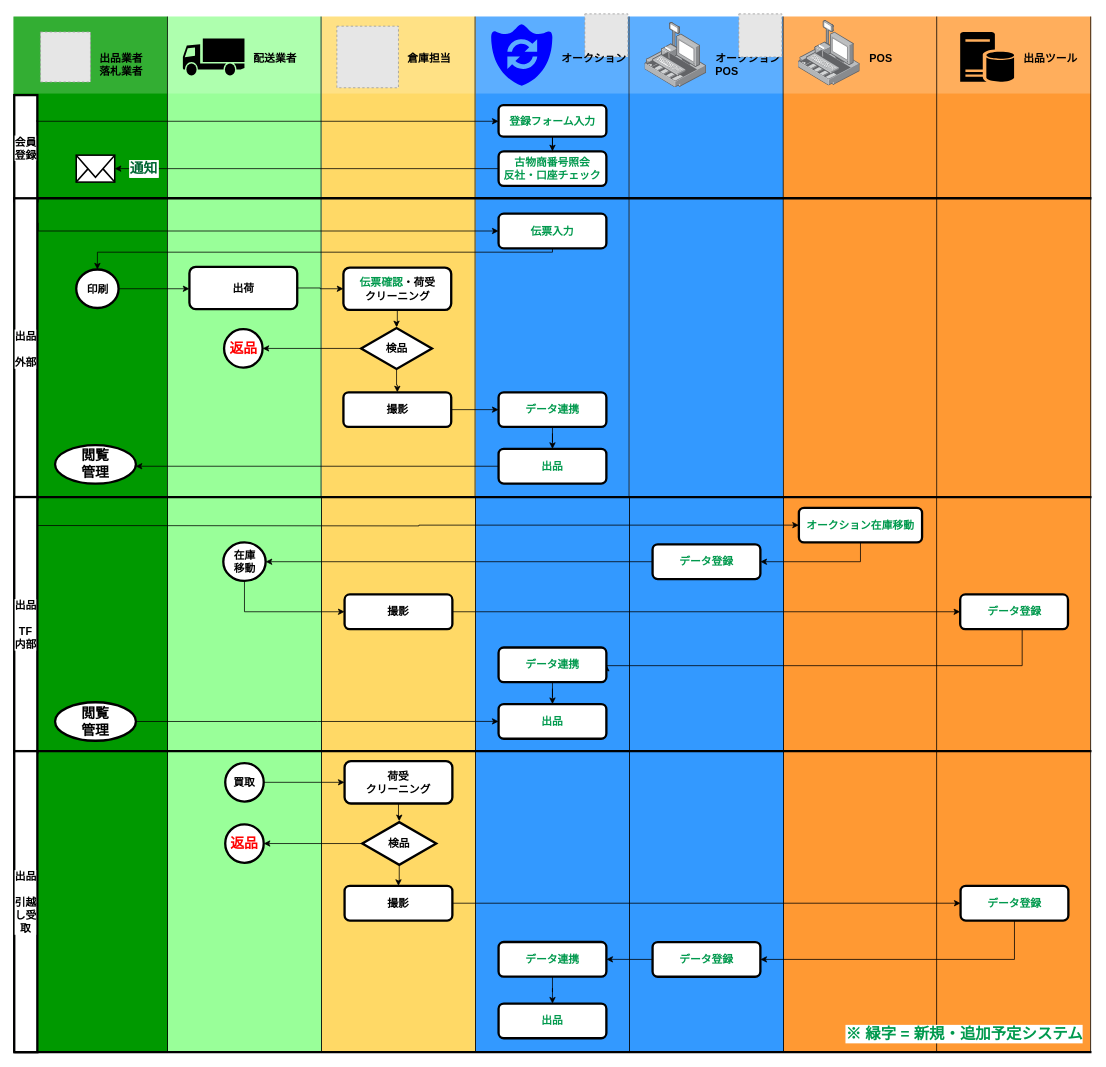
Before: 業務フロー図.drawio in cy-shuhei-ohno/test, a draw.io diagram. Source tidied: cells renumbered, new cells numbered last; positions are measured from the earlier drawing's top-left corner, leaving out a move shared by most shapes. Both pictures are drawn from the tidied source at 77%, with x=0, y=0 at pixel (13, 13). Pictures stored in the file or linked from it are replaced by grey dashed boxes.
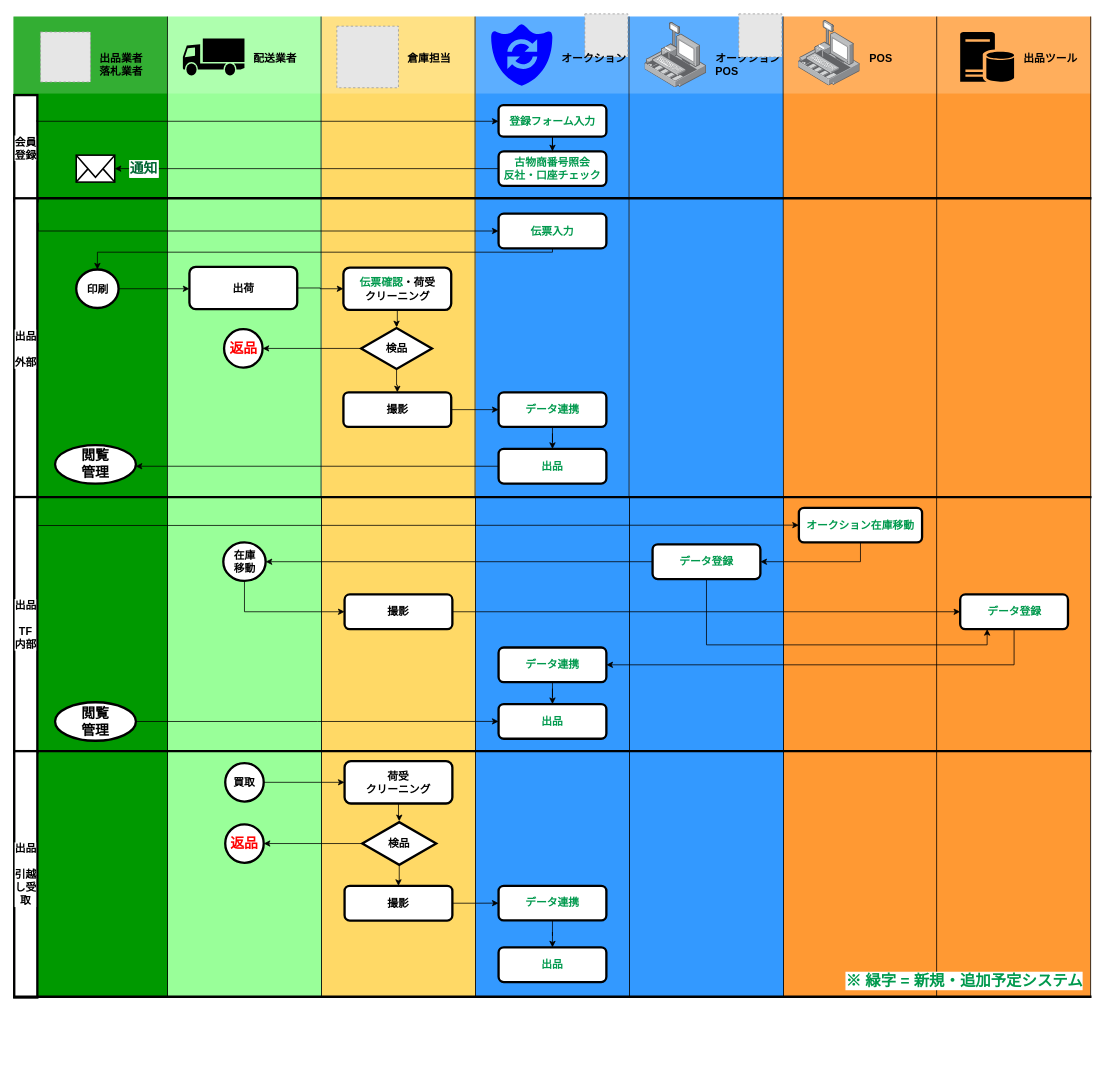
The same diagram, later.

Commit message (it also covers changes not shown here):
Update 業務フロー図.drawio

The change refers to these unchanged cells:
```xml
<mxCell id="85" value="オークション在庫移動" style="rounded=1;whiteSpace=wrap;html=1;labelBackgroundColor=#ffffff;strokeWidth=3;fillColor=#FFFFFF;gradientColor=none;fontSize=14;fontColor=#00994D;align=center;fontStyle=1;" parent="1" vertex="1">
  <mxGeometry x="1020" y="642" width="160" height="45" as="geometry" />
</mxCell>
<mxCell id="87" value="データ登録" style="rounded=1;whiteSpace=wrap;html=1;labelBackgroundColor=#ffffff;strokeWidth=3;fillColor=#FFFFFF;gradientColor=none;fontSize=14;fontColor=#00994D;align=center;fontStyle=1;" parent="1" vertex="1">
  <mxGeometry x="1229.5" y="754.5" width="140" height="45" as="geometry" />
</mxCell>
<mxCell id="89" value="データ登録" style="rounded=1;whiteSpace=wrap;html=1;labelBackgroundColor=#ffffff;strokeWidth=3;fillColor=#FFFFFF;gradientColor=none;fontSize=14;fontColor=#00994D;align=center;fontStyle=1;" parent="1" vertex="1">
  <mxGeometry x="830" y="689.5" width="140" height="45" as="geometry" />
</mxCell>
<mxCell id="91" value="データ連携&lt;br&gt;" style="rounded=1;whiteSpace=wrap;html=1;labelBackgroundColor=#ffffff;strokeWidth=3;fillColor=#FFFFFF;gradientColor=none;fontSize=14;fontColor=#00994D;align=center;fontStyle=1;" parent="1" vertex="1">
  <mxGeometry x="630" y="823.4" width="140" height="45" as="geometry" />
</mxCell>
<mxCell id="104" value="撮影" style="rounded=1;whiteSpace=wrap;html=1;labelBackgroundColor=#ffffff;strokeWidth=3;fillColor=#FFFFFF;gradientColor=none;fontSize=14;fontColor=#000000;align=center;fontStyle=1;" parent="1" vertex="1">
  <mxGeometry x="430" y="1133" width="140" height="45" as="geometry" />
</mxCell>
```

What changed in the source:
```diff
@@
     <mxCell id="2" style="whiteSpace=wrap;html=1;labelBackgroundColor=#ffffff;fontSize=14;fontColor=#0000FF;align=left;strokeColor=#000000;fillColor=#FF9933;" parent="1" vertex="1">
-      <mxGeometry x="1000" y="628" width="200" height="720" as="geometry" />
+      <mxGeometry x="1000" y="628" width="200" height="650" as="geometry" />
     </mxCell>
     <mxCell id="3" style="whiteSpace=wrap;html=1;labelBackgroundColor=#ffffff;fontSize=14;fontColor=#0000FF;align=left;strokeColor=#000000;fillColor=#FF9933;" parent="1" vertex="1">
-      <mxGeometry x="1199" y="628" width="200" height="720" as="geometry" />
+      <mxGeometry x="1199" y="628" width="200" height="650" as="geometry" />
     </mxCell>
@@
     <mxCell id="5" style="whiteSpace=wrap;html=1;labelBackgroundColor=#ffffff;fontSize=14;fontColor=#0000FF;align=left;strokeColor=#000000;fillColor=#3399FF;" parent="1" vertex="1">
-      <mxGeometry x="800" y="628" width="200" height="720" as="geometry" />
+      <mxGeometry x="800" y="628" width="200" height="650" as="geometry" />
     </mxCell>
     <mxCell id="6" style="whiteSpace=wrap;html=1;labelBackgroundColor=#ffffff;fontSize=14;fontColor=#0000FF;align=left;strokeColor=#000000;fillColor=#3399FF;" parent="1" vertex="1">
-      <mxGeometry x="600" y="628" width="200" height="720" as="geometry" />
+      <mxGeometry x="600" y="628" width="200" height="650" as="geometry" />
     </mxCell>
     <mxCell id="7" style="whiteSpace=wrap;html=1;labelBackgroundColor=#ffffff;fontSize=14;fontColor=#0000FF;align=left;strokeColor=#000000;fillColor=#FFD966;" parent="1" vertex="1">
-      <mxGeometry x="400" y="628" width="200" height="720" as="geometry" />
+      <mxGeometry x="400" y="628" width="200" height="650" as="geometry" />
     </mxCell>
     <mxCell id="8" style="whiteSpace=wrap;html=1;labelBackgroundColor=#ffffff;fontSize=14;fontColor=#99FF99;align=left;strokeColor=#000000;fillColor=#99FF99;" parent="1" vertex="1">
-      <mxGeometry x="200" y="628" width="200" height="720" as="geometry" />
+      <mxGeometry x="200" y="628" width="200" height="650" as="geometry" />
     </mxCell>
     <mxCell id="9" style="whiteSpace=wrap;html=1;labelBackgroundColor=#ffffff;fontSize=14;fontColor=#0000FF;align=left;strokeColor=#000000;fillColor=#009900;" parent="1" vertex="1">
-      <mxGeometry y="628" width="200" height="720" as="geometry" />
+      <mxGeometry y="628" width="200" height="650" as="geometry" />
     </mxCell>
@@
     <mxCell id="77" style="edgeStyle=orthogonalEdgeStyle;rounded=0;jettySize=auto;html=1;entryX=0;entryY=0.5;entryDx=0;entryDy=0;strokeWidth=1;fontSize=14;fontColor=#0000FF;" parent="1" edge="1" target="85">
       <mxGeometry relative="1" as="geometry">
         <mxPoint x="32" y="665" as="sourcePoint" />
+        <Array as="points">
+          <mxPoint x="32" y="664" />
+        </Array>
       </mxGeometry>
     </mxCell>
@@
     <mxCell id="86" style="edgeStyle=orthogonalEdgeStyle;rounded=0;jettySize=auto;html=1;entryX=1;entryY=0.5;entryDx=0;entryDy=0;" parent="1" edge="1" source="87" target="91">
       <mxGeometry relative="1" as="geometry">
         <Array as="points">
-          <mxPoint x="1310" y="847" />
+          <mxPoint x="1300" y="846" />
         </Array>
       </mxGeometry>
     </mxCell>
@@
+    <mxCell id="122" style="edgeStyle=orthogonalEdgeStyle;rounded=0;jettySize=auto;html=1;entryX=0.25;entryY=1;entryDx=0;entryDy=0;" parent="1" edge="1" source="89" target="87">
+      <mxGeometry relative="1" as="geometry">
+        <Array as="points">
+          <mxPoint x="900" y="820" />
+          <mxPoint x="1264" y="820" />
+        </Array>
+      </mxGeometry>
+    </mxCell>
@@
     <mxCell id="96" value="出品&lt;br&gt;&lt;br&gt;引越し受取&lt;br&gt;" style="rounded=0;whiteSpace=wrap;html=1;labelBackgroundColor=#ffffff;strokeWidth=3;fillColor=#FFFFFF;gradientColor=none;fontSize=14;fontColor=#000000;align=center;fontStyle=1;" parent="1" vertex="1">
-      <mxGeometry x="1" y="958" width="30" height="391" as="geometry" />
+      <mxGeometry x="1" y="958" width="30" height="320" as="geometry" />
     </mxCell>
     <mxCell id="97" style="endArrow=none;html=1;strokeWidth=3;fontSize=18;fontColor=#0000FF;" parent="1" edge="1">
       <mxGeometry relative="1" as="geometry">
-        <mxPoint x="1" y="1349" as="sourcePoint" />
-        <mxPoint x="1400" y="1349" as="targetPoint" />
+        <mxPoint x="1" y="1277" as="sourcePoint" />
+        <mxPoint x="1400" y="1277" as="targetPoint" />
       </mxGeometry>
     </mxCell>
@@
-    <mxCell id="103" style="edgeStyle=orthogonalEdgeStyle;rounded=0;jettySize=auto;html=1;strokeWidth=1;fontSize=14;fontColor=#0000FF;" parent="1" edge="1" source="104" target="109">
-      <mxGeometry relative="1" as="geometry" />
-    </mxCell>
+    <mxCell id="123" style="edgeStyle=orthogonalEdgeStyle;rounded=0;jettySize=auto;html=1;entryX=0;entryY=0.5;entryDx=0;entryDy=0;" parent="1" edge="1" source="104" target="113">
+      <mxGeometry relative="1" as="geometry" />
+    </mxCell>
@@
-    <mxCell id="108" style="edgeStyle=orthogonalEdgeStyle;rounded=0;jettySize=auto;html=1;entryX=1;entryY=0.5;entryDx=0;entryDy=0;strokeWidth=1;fontSize=14;fontColor=#0000FF;" parent="1" edge="1" source="109" target="111">
-      <mxGeometry relative="1" as="geometry">
-        <Array as="points">
-          <mxPoint x="1300" y="1228" />
-        </Array>
-      </mxGeometry>
-    </mxCell>
-    <mxCell id="109" value="データ登録" style="rounded=1;whiteSpace=wrap;html=1;labelBackgroundColor=#ffffff;strokeWidth=3;fillColor=#FFFFFF;gradientColor=none;fontSize=14;fontColor=#00994D;align=center;fontStyle=1;" parent="1" vertex="1">
-      <mxGeometry x="1230" y="1133" width="140" height="45" as="geometry" />
-    </mxCell>
-    <mxCell id="110" style="edgeStyle=orthogonalEdgeStyle;rounded=0;jettySize=auto;html=1;strokeWidth=1;fontSize=14;fontColor=#0000FF;" parent="1" edge="1" source="111" target="113">
-      <mxGeometry relative="1" as="geometry" />
-    </mxCell>
-    <mxCell id="111" value="データ登録" style="rounded=1;whiteSpace=wrap;html=1;labelBackgroundColor=#ffffff;strokeWidth=3;fillColor=#FFFFFF;gradientColor=none;fontSize=14;fontColor=#00994D;align=center;fontStyle=1;" parent="1" vertex="1">
-      <mxGeometry x="830" y="1206" width="140" height="45" as="geometry" />
-    </mxCell>
@@
     <mxCell id="113" value="データ連携&lt;br&gt;" style="rounded=1;whiteSpace=wrap;html=1;labelBackgroundColor=#ffffff;strokeWidth=3;fillColor=#FFFFFF;gradientColor=none;fontSize=14;fontColor=#00994D;align=center;fontStyle=1;" parent="1" vertex="1">
-      <mxGeometry x="630" y="1205.9" width="140" height="45" as="geometry" />
+      <mxGeometry x="630" y="1132.9" width="140" height="45" as="geometry" />
     </mxCell>
     <mxCell id="114" value="出品" style="rounded=1;whiteSpace=wrap;html=1;labelBackgroundColor=#ffffff;strokeWidth=3;fillColor=#FFFFFF;gradientColor=none;fontSize=14;fontColor=#00994D;align=center;fontStyle=1;" parent="1" vertex="1">
-      <mxGeometry x="630" y="1285.9" width="140" height="45" as="geometry" />
+      <mxGeometry x="630" y="1212.9" width="140" height="45" as="geometry" />
     </mxCell>
     <mxCell id="115" value="※ 緑字 = 新規・追加予定システム" style="text;html=1;align=right;verticalAlign=top;spacingTop=-4;fontSize=20;fontColor=#00994D;fontStyle=1;labelBackgroundColor=#ffffff;" parent="1" vertex="1">
-      <mxGeometry x="1159.5" y="1311" width="230" height="20" as="geometry" />
+      <mxGeometry x="1159.5" y="1242" width="230" height="20" as="geometry" />
     </mxCell>
```
